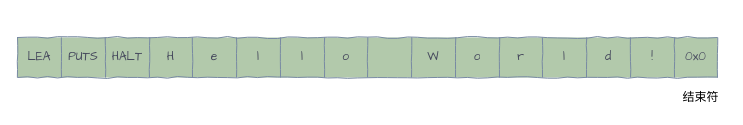
silan-liu/drawio keeps this draw.io diagram as vm-6.drawio. Above is the earlier version. Source tidied: cells renumbered, new cells numbered last; positions are measured from the earlier drawing's top-left corner, leaving out a move shared by most shapes. Both pictures are drawn from the tidied source at 100%, with x=0, y=0 at pixel (17, 37).
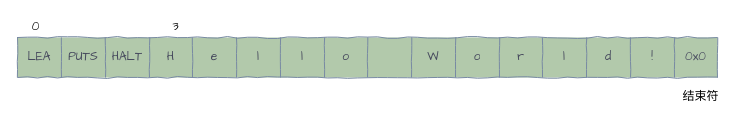
After the change.

Diff of the diagram source:
```diff
@@
-    <mxCell id="20" value="结束符" style="text;html=1;align=center;verticalAlign=middle;" parent="1" vertex="1">
+    <mxCell id="20" value="结束符" style="text;html=1;align=center;verticalAlign=middle;fontFamily=Architects Daughter;" parent="1" vertex="1">
       <mxGeometry x="658" y="50" width="50" height="20" as="geometry" />
     </mxCell>
+    <mxCell id="21" value="0" style="text;html=1;align=center;verticalAlign=middle;fontFamily=Architects Daughter;" parent="1" vertex="1">
+      <mxGeometry x="8" y="-20" width="20" height="20" as="geometry" />
+    </mxCell>
+    <mxCell id="22" value="3" style="text;html=1;align=center;verticalAlign=middle;fontFamily=Architects Daughter;" parent="1" vertex="1">
+      <mxGeometry x="148" y="-20" width="20" height="20" as="geometry" />
+    </mxCell>
```
